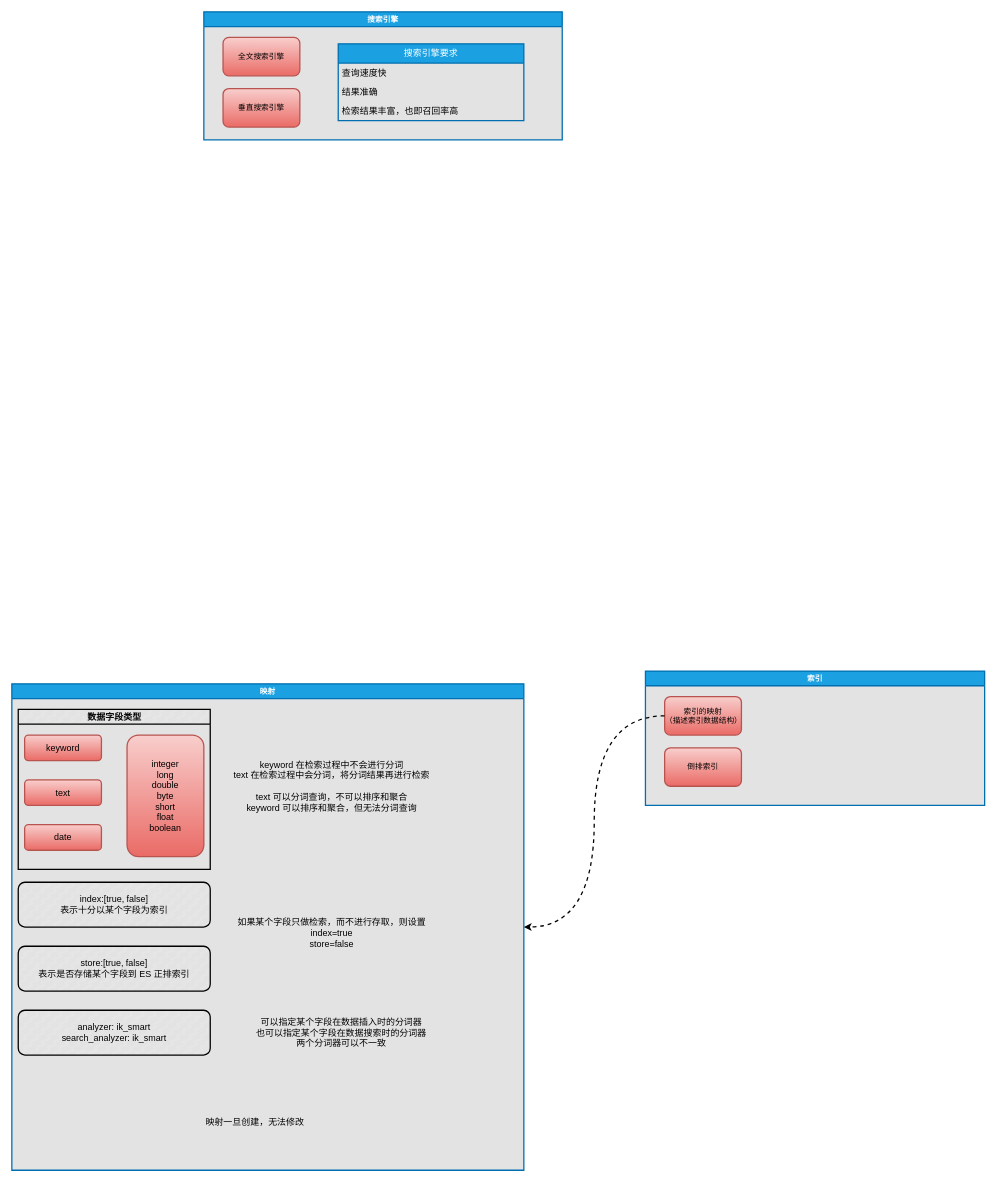
Earlier version of the draw.io diagram src/main/resource/learn.elasticsearch/索引基础.drawio (xauvlove/uml). Source tidied: cells renumbered, new cells numbered last; positions are measured from the earlier drawing's top-left corner, leaving out a move shared by most shapes. Both pictures are drawn from the tidied source at 64%, with x=0, y=0 at pixel (12, 12).
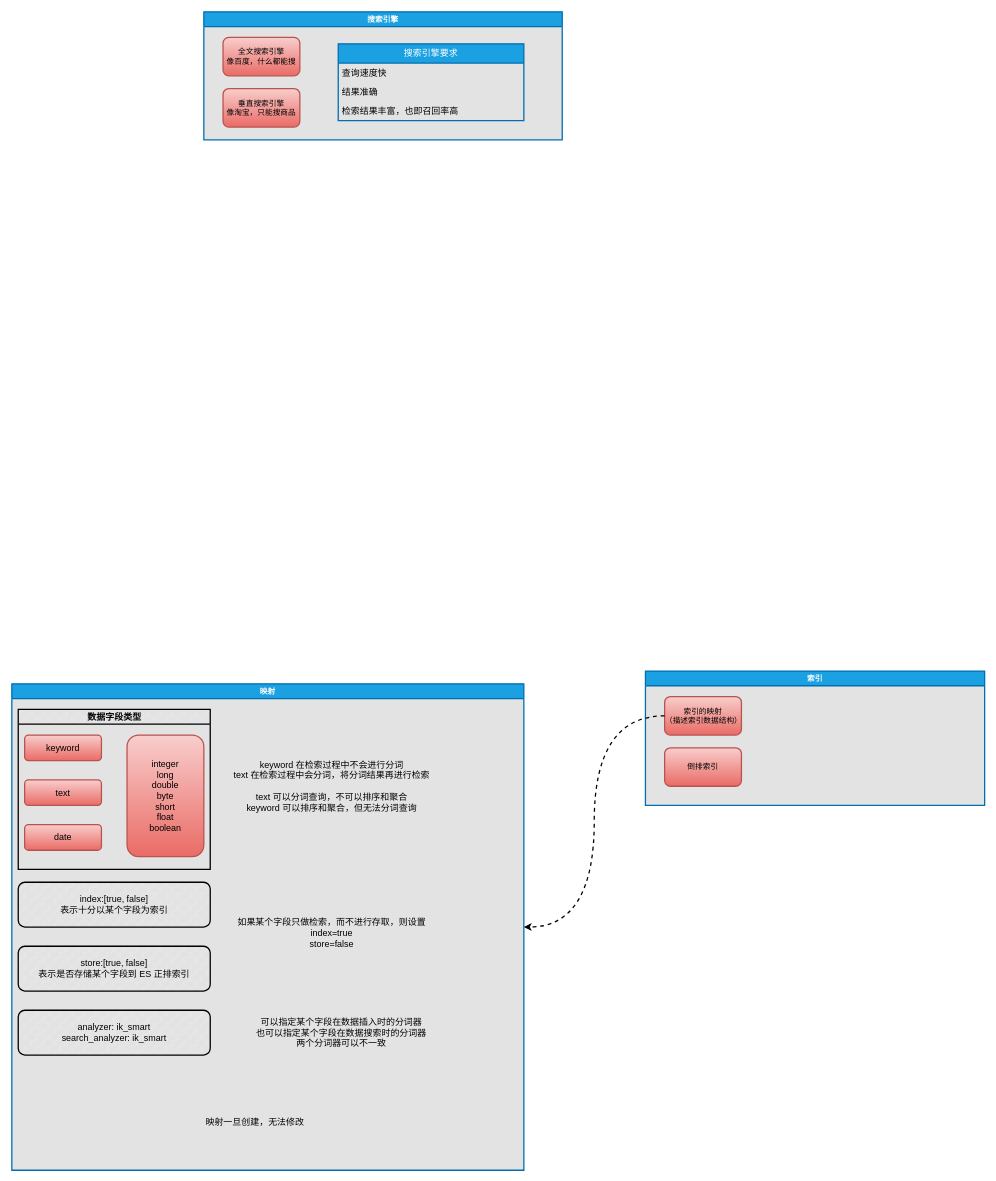
The same diagram, later.

Unchanged cells that the change refers to:
```xml
<mxCell id="19" value="搜索引擎" style="swimlane;whiteSpace=wrap;html=1;strokeWidth=2;fillColor=#1ba1e2;fontColor=#ffffff;strokeColor=#006EAF;swimlaneFillColor=#E3E3E3;" parent="1" vertex="1">
  <mxGeometry x="300" width="560" height="200" as="geometry" />
</mxCell>
```

Change to the diagram source:
```diff
@@
-    <mxCell id="20" value="全文搜索引擎" style="rounded=1;whiteSpace=wrap;html=1;strokeWidth=2;fillColor=#f8cecc;gradientColor=#ea6b66;strokeColor=#b85450;" parent="19" vertex="1">
+    <mxCell id="20" value="全文搜索引擎&lt;br&gt;像百度，什么都能搜" style="rounded=1;whiteSpace=wrap;html=1;strokeWidth=2;fillColor=#f8cecc;gradientColor=#ea6b66;strokeColor=#b85450;" parent="19" vertex="1">
       <mxGeometry x="30" y="40" width="120" height="60" as="geometry" />
     </mxCell>
-    <mxCell id="21" value="垂直搜索引擎" style="rounded=1;whiteSpace=wrap;html=1;strokeWidth=2;fillColor=#f8cecc;gradientColor=#ea6b66;strokeColor=#b85450;" parent="19" vertex="1">
+    <mxCell id="21" value="垂直搜索引擎&lt;br&gt;像淘宝，只能搜商品" style="rounded=1;whiteSpace=wrap;html=1;strokeWidth=2;fillColor=#f8cecc;gradientColor=#ea6b66;strokeColor=#b85450;" parent="19" vertex="1">
       <mxGeometry x="30" y="120" width="120" height="60" as="geometry" />
     </mxCell>
```
